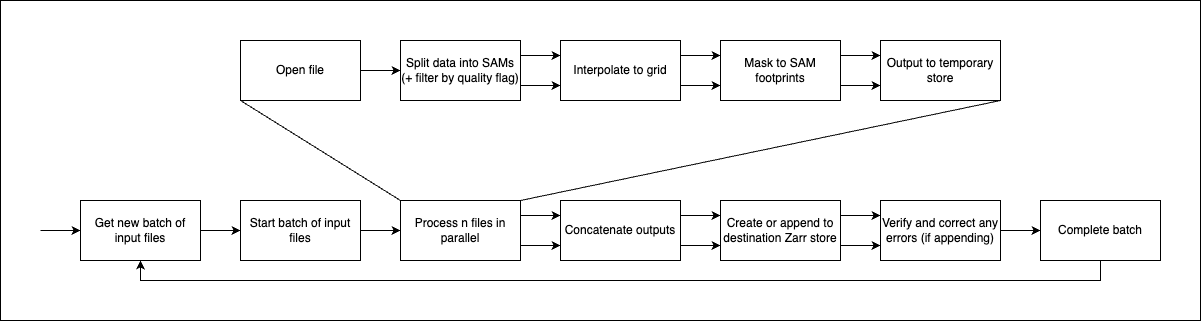
Above: images/simple_pd.png in EarthDigitalTwin/OCO3-data-transformer (draw.io), before the change. Source tidied: cells renumbered, new cells last; positions are measured from the earlier drawing's top-left corner, leaving out a move shared by most shapes.
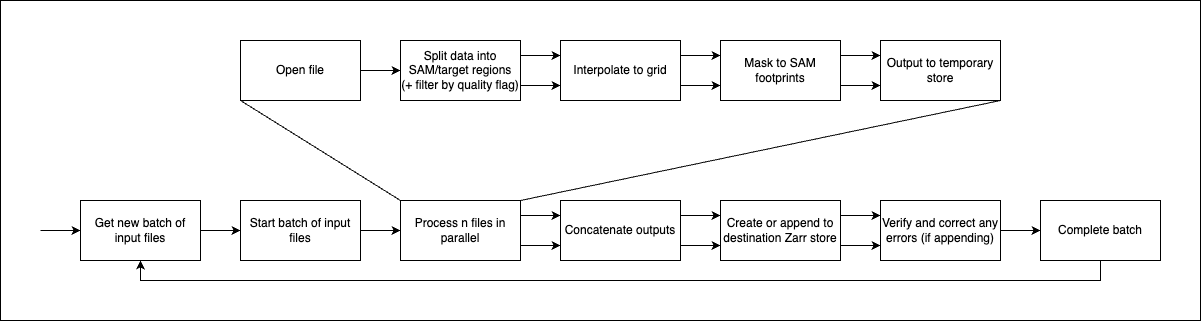
The same diagram one commit later.

The edit, as a diff of the source:
```diff
@@ -17,7 +17,7 @@
     <mxCell id="6" style="edgeStyle=orthogonalEdgeStyle;rounded=0;jettySize=auto;html=1;exitX=1;exitY=0.75;exitDx=0;exitDy=0;entryX=0;entryY=0.75;entryDx=0;entryDy=0;" parent="1" edge="1" source="7" target="10">
       <mxGeometry relative="1" as="geometry" />
     </mxCell>
-    <mxCell id="7" value="Split data into SAMs&lt;br&gt;(+ filter by quality flag)" style="rounded=0;whiteSpace=wrap;html=1;" parent="1" vertex="1">
+    <mxCell id="7" value="Split data into SAM/target regions&lt;br&gt;(+ filter by quality flag)" style="rounded=0;whiteSpace=wrap;html=1;" parent="1" vertex="1">
       <mxGeometry x="400" y="40" width="120" height="60" as="geometry" />
     </mxCell>
     <mxCell id="8" style="edgeStyle=orthogonalEdgeStyle;rounded=0;jettySize=auto;html=1;exitX=1;exitY=0.25;exitDx=0;exitDy=0;entryX=0;entryY=0.25;entryDx=0;entryDy=0;" parent="1" edge="1" source="10" target="13">
```
